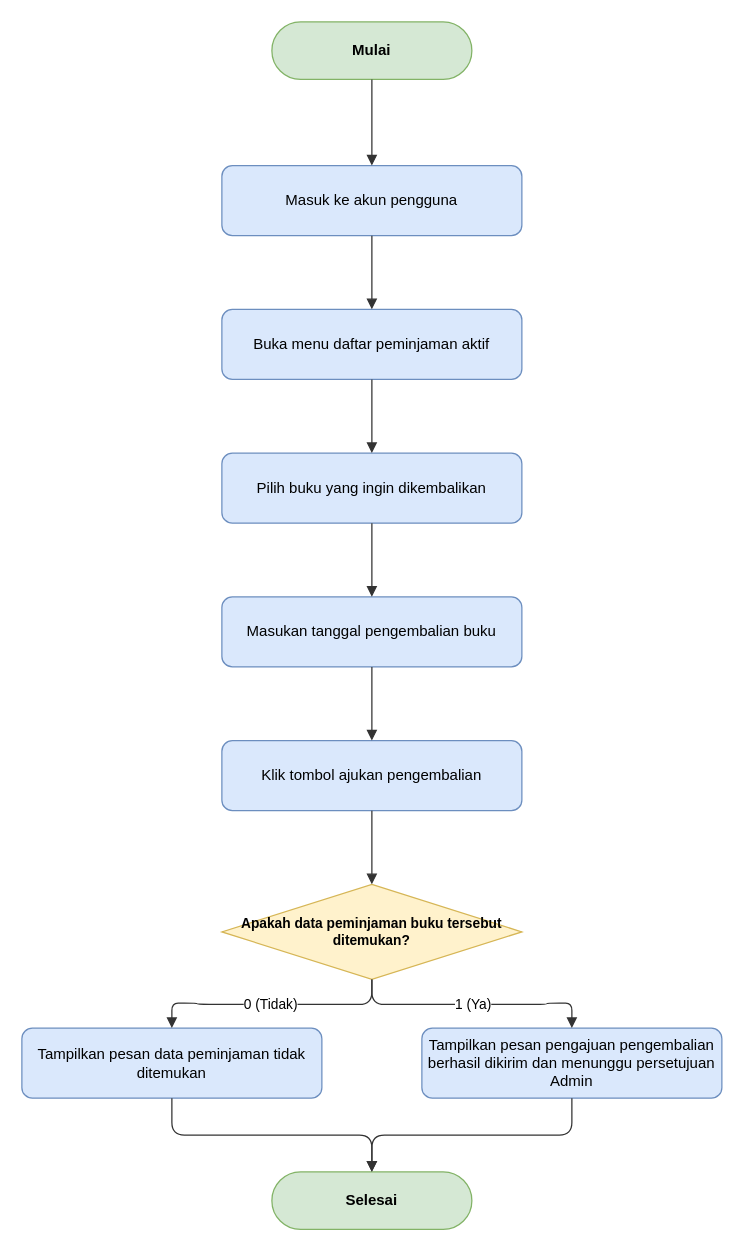
dimstyle/ruang-baca keeps this draw.io diagram as docs/diagrams/flowchart/flowchart-pengembalian.drawio. Above is the earlier version. Source tidied: cells renumbered, new cells numbered last; positions are measured from the earlier drawing's top-left corner, leaving out a move shared by most shapes. Both pictures are drawn from the tidied source at 125%, with x=0, y=0 at pixel (21, 21).
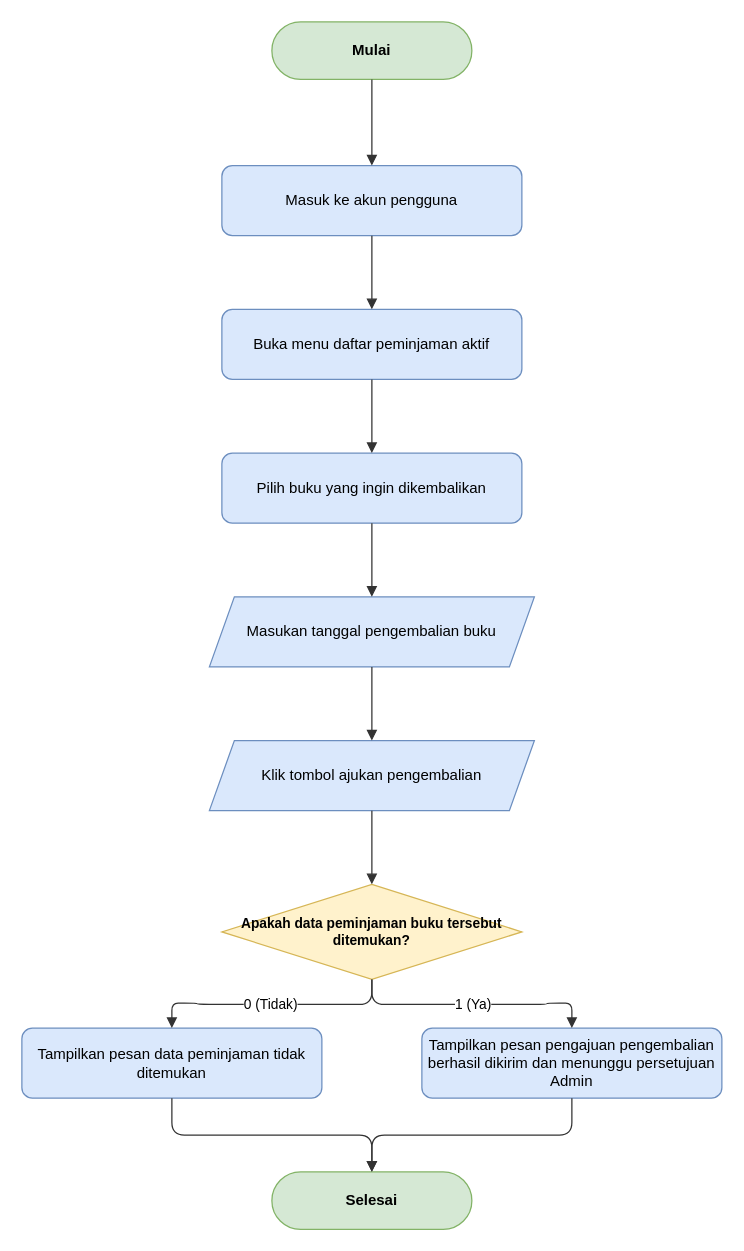
The same diagram, later.

What changed in the source:
```diff
@@
-    <mxCell id="6" value="Masukan tanggal pengembalian buku" style="rounded=1;whiteSpace=wrap;html=1;fillColor=#dae8fc;strokeColor=#6c8ebf;fontSize=12;" parent="1" vertex="1">
-      <mxGeometry x="160" y="460" width="240" height="56" as="geometry" />
+    <mxCell id="6" value="Masukan tanggal pengembalian buku" style="shape=parallelogram;perimeter=parallelogramPerimeter;whiteSpace=wrap;html=1;fixedSize=1;fillColor=#dae8fc;strokeColor=#6c8ebf;fontSize=12;" parent="1" vertex="1">
+      <mxGeometry x="150" y="460" width="260" height="56" as="geometry" />
     </mxCell>
-    <mxCell id="7" value="Klik tombol ajukan pengembalian" style="rounded=1;whiteSpace=wrap;html=1;fillColor=#dae8fc;strokeColor=#6c8ebf;fontSize=12;" parent="1" vertex="1">
-      <mxGeometry x="160" y="575" width="240" height="56" as="geometry" />
+    <mxCell id="7" value="Klik tombol ajukan pengembalian" style="shape=parallelogram;perimeter=parallelogramPerimeter;whiteSpace=wrap;html=1;fixedSize=1;fillColor=#dae8fc;strokeColor=#6c8ebf;fontSize=12;" parent="1" vertex="1">
+      <mxGeometry x="150" y="575" width="260" height="56" as="geometry" />
     </mxCell>
```
